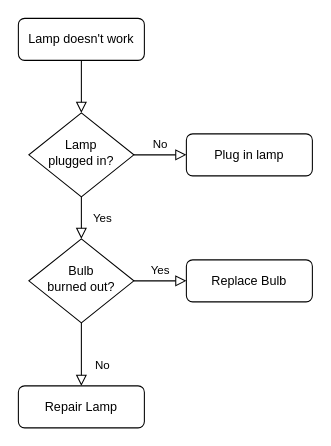
kimanigitau01/screen-control keeps this draw.io diagram as Untitled Diagram.drawio. Above is the earlier version. Source tidied: cells renumbered, new cells numbered last; positions are measured from the earlier drawing's top-left corner, leaving out a move shared by most shapes. Both pictures are drawn from the tidied source at 105%, with x=0, y=0 at pixel (18, 18).
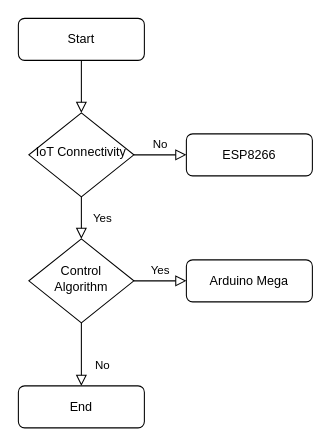
Above is the later version.

Change to the diagram source:
```diff
@@
 <mxGraphModel>
   <root>
     <mxCell id="0" />
     <mxCell id="1" parent="0" />
     <mxCell id="2" style="rounded=0;html=1;jettySize=auto;fontSize=11;endArrow=block;endFill=0;endSize=8;strokeWidth=1;shadow=0;labelBackgroundColor=none;edgeStyle=orthogonalEdgeStyle;" parent="1" edge="1" source="3" target="6">
       <mxGeometry relative="1" as="geometry" />
     </mxCell>
-    <mxCell id="3" value="Lamp doesn't work" style="rounded=1;whiteSpace=wrap;html=1;fontSize=12;glass=0;strokeWidth=1;shadow=0;" parent="1" vertex="1">
+    <mxCell id="3" value="Start" style="rounded=1;whiteSpace=wrap;html=1;fontSize=12;glass=0;strokeWidth=1;shadow=0;" parent="1" vertex="1">
       <mxGeometry width="120" height="40" as="geometry" />
     </mxCell>
     <mxCell id="4" value="Yes" style="rounded=0;html=1;jettySize=auto;fontSize=11;endArrow=block;endFill=0;endSize=8;strokeWidth=1;shadow=0;labelBackgroundColor=none;edgeStyle=orthogonalEdgeStyle;" parent="1" edge="1" source="6" target="10">
       <mxGeometry y="20" relative="1" as="geometry" />
     </mxCell>
     <mxCell id="5" value="No" style="edgeStyle=orthogonalEdgeStyle;rounded=0;html=1;jettySize=auto;fontSize=11;endArrow=block;endFill=0;endSize=8;strokeWidth=1;shadow=0;labelBackgroundColor=none;" parent="1" edge="1" source="6" target="7">
       <mxGeometry y="10" relative="1" as="geometry" />
     </mxCell>
-    <mxCell id="6" value="Lamp&lt;br&gt;plugged in?" style="rhombus;whiteSpace=wrap;html=1;shadow=0;fontFamily=Helvetica;fontSize=12;align=center;strokeWidth=1;spacing=6;spacingTop=-4;" parent="1" vertex="1">
+    <mxCell id="6" value="IoT Connectivity" style="rhombus;whiteSpace=wrap;html=1;shadow=0;fontFamily=Helvetica;fontSize=12;align=center;strokeWidth=1;spacing=6;spacingTop=-4;" parent="1" vertex="1">
       <mxGeometry x="10" y="90" width="100" height="80" as="geometry" />
     </mxCell>
-    <mxCell id="7" value="Plug in lamp" style="rounded=1;whiteSpace=wrap;html=1;fontSize=12;glass=0;strokeWidth=1;shadow=0;" parent="1" vertex="1">
+    <mxCell id="7" value="ESP8266" style="rounded=1;whiteSpace=wrap;html=1;fontSize=12;glass=0;strokeWidth=1;shadow=0;" parent="1" vertex="1">
       <mxGeometry x="160" y="110" width="120" height="40" as="geometry" />
     </mxCell>
     <mxCell id="8" value="No" style="rounded=0;html=1;jettySize=auto;fontSize=11;endArrow=block;endFill=0;endSize=8;strokeWidth=1;shadow=0;labelBackgroundColor=none;edgeStyle=orthogonalEdgeStyle;" parent="1" edge="1" source="10" target="11">
       <mxGeometry x="0.33" y="20" relative="1" as="geometry" />
     </mxCell>
     <mxCell id="9" value="Yes" style="edgeStyle=orthogonalEdgeStyle;rounded=0;html=1;jettySize=auto;fontSize=11;endArrow=block;endFill=0;endSize=8;strokeWidth=1;shadow=0;labelBackgroundColor=none;" parent="1" edge="1" source="10" target="12">
       <mxGeometry y="10" relative="1" as="geometry" />
     </mxCell>
-    <mxCell id="10" value="Bulb&lt;br&gt;burned out?" style="rhombus;whiteSpace=wrap;html=1;shadow=0;fontFamily=Helvetica;fontSize=12;align=center;strokeWidth=1;spacing=6;spacingTop=-4;" parent="1" vertex="1">
+    <mxCell id="10" value="Control Algorithm" style="rhombus;whiteSpace=wrap;html=1;shadow=0;fontFamily=Helvetica;fontSize=12;align=center;strokeWidth=1;spacing=6;spacingTop=-4;" parent="1" vertex="1">
       <mxGeometry x="10" y="210" width="100" height="80" as="geometry" />
     </mxCell>
-    <mxCell id="11" value="Repair Lamp" style="rounded=1;whiteSpace=wrap;html=1;fontSize=12;glass=0;strokeWidth=1;shadow=0;" parent="1" vertex="1">
+    <mxCell id="11" value="End" style="rounded=1;whiteSpace=wrap;html=1;fontSize=12;glass=0;strokeWidth=1;shadow=0;" parent="1" vertex="1">
       <mxGeometry y="350" width="120" height="40" as="geometry" />
     </mxCell>
-    <mxCell id="12" value="Replace Bulb" style="rounded=1;whiteSpace=wrap;html=1;fontSize=12;glass=0;strokeWidth=1;shadow=0;" parent="1" vertex="1">
+    <mxCell id="12" value="Arduino Mega" style="rounded=1;whiteSpace=wrap;html=1;fontSize=12;glass=0;strokeWidth=1;shadow=0;" parent="1" vertex="1">
       <mxGeometry x="160" y="230" width="120" height="40" as="geometry" />
     </mxCell>
   </root>
 </mxGraphModel>
```
